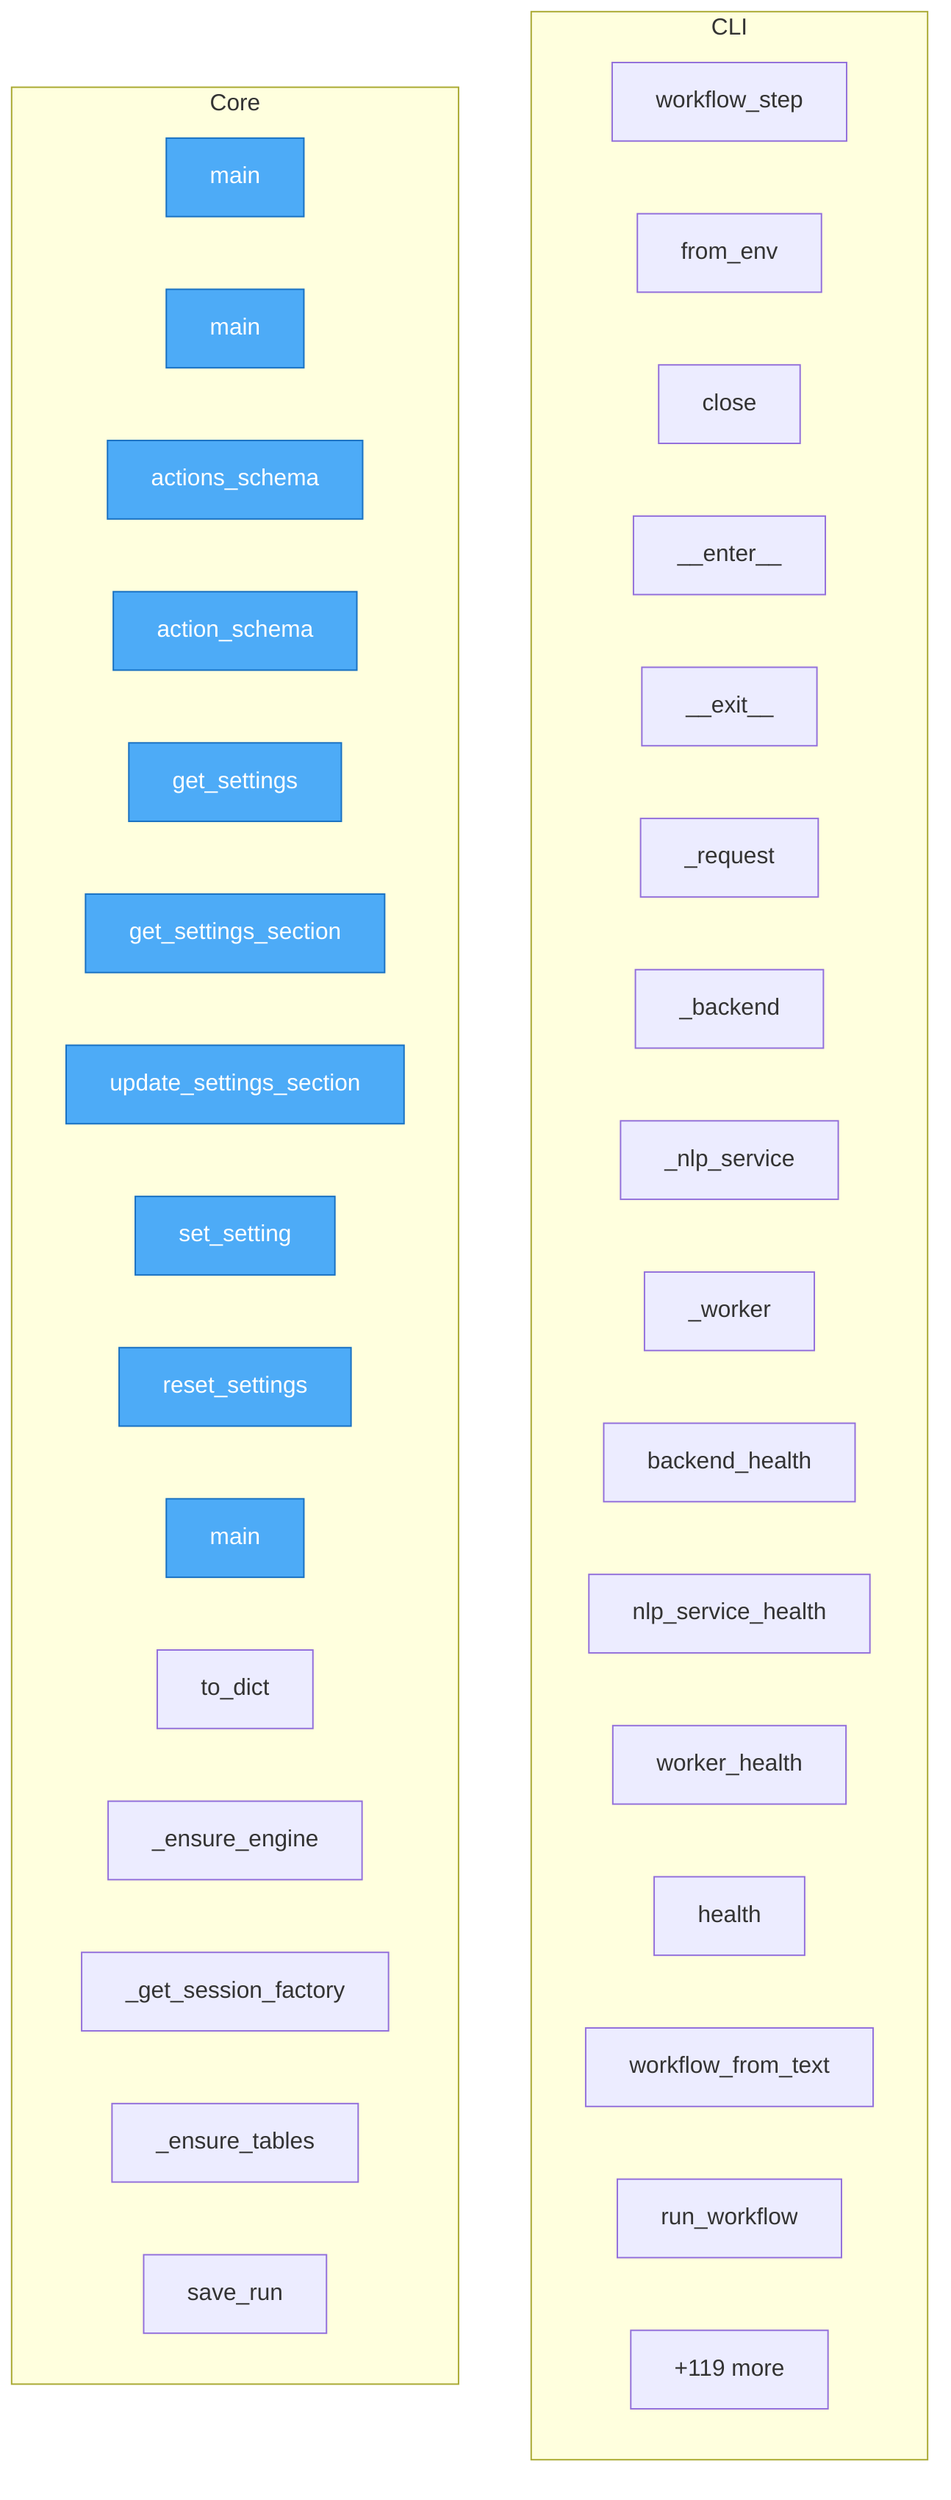
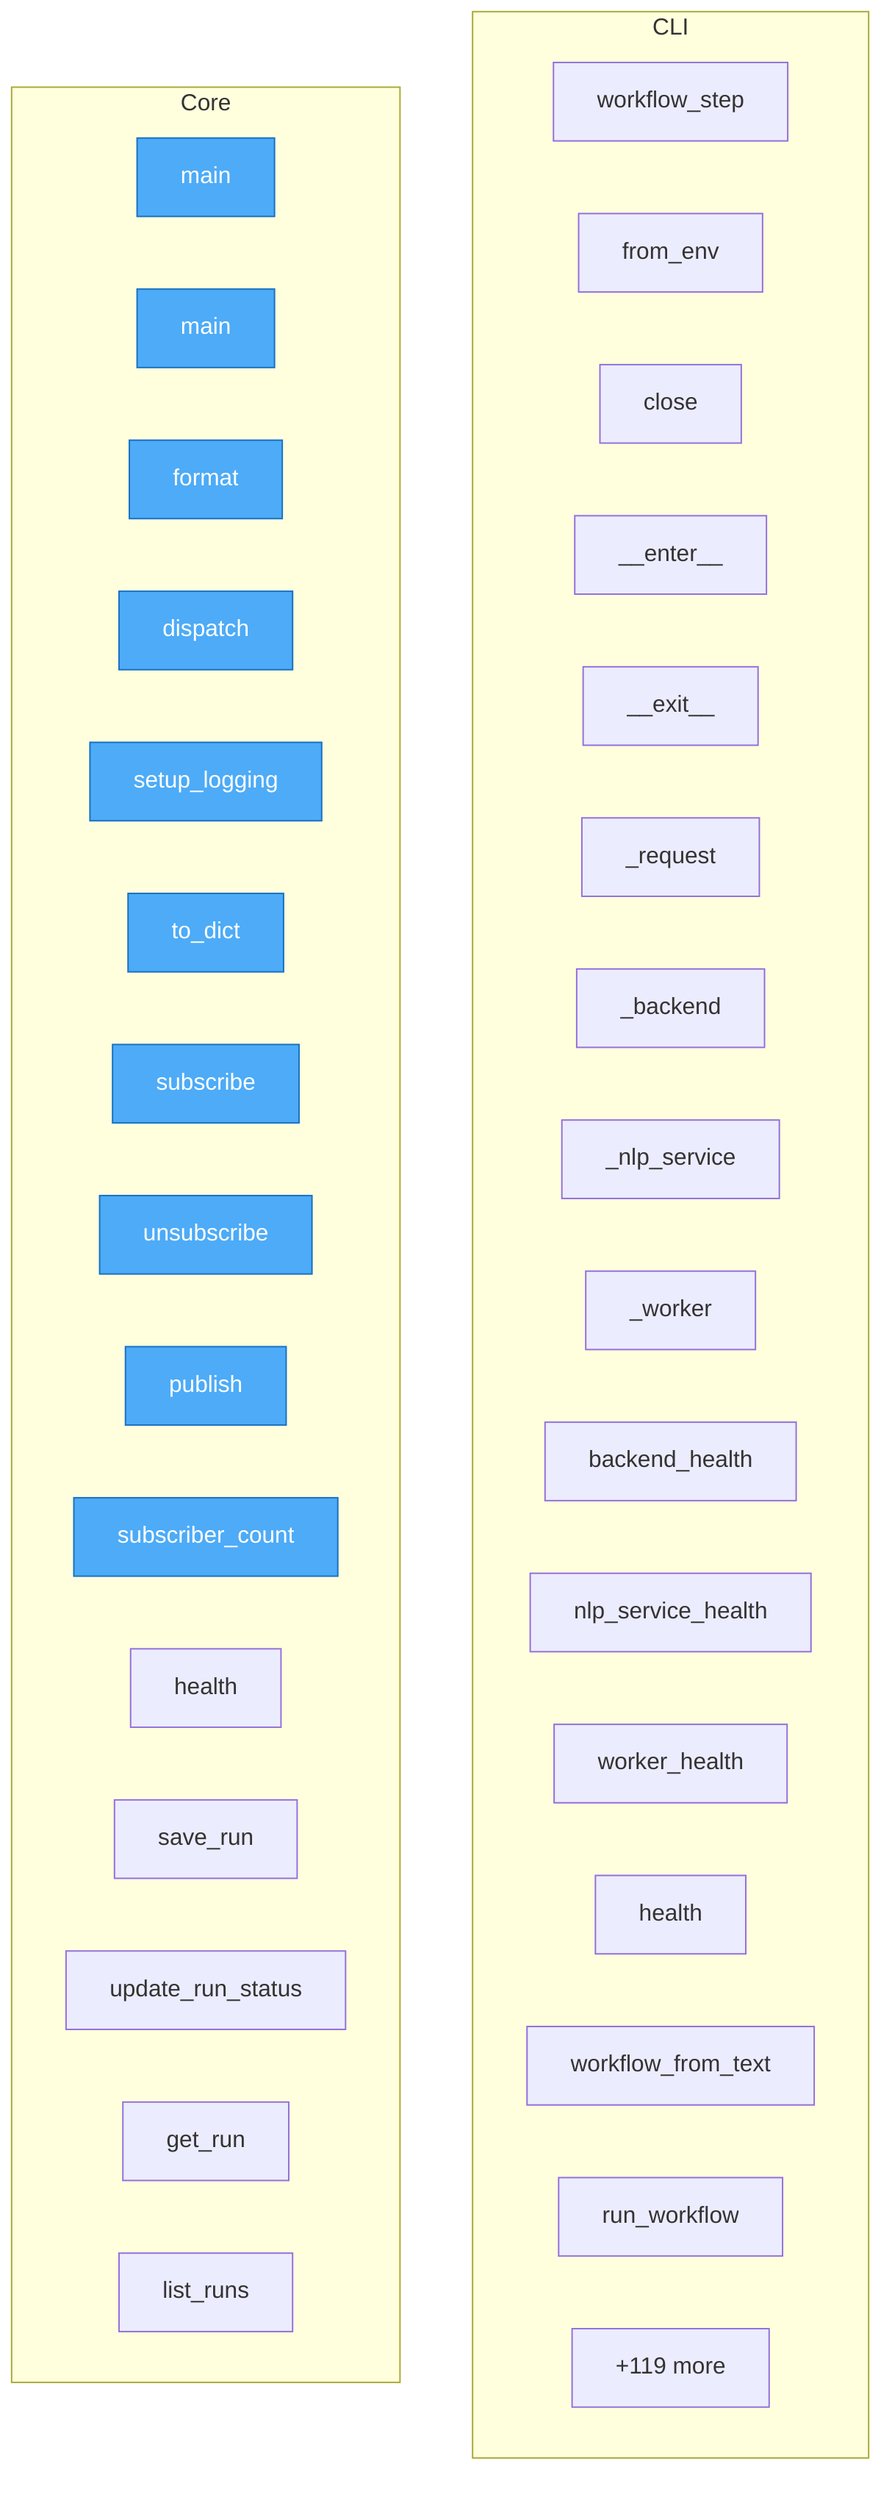
flowchart TD
%% generated in 0.01s

    %% Entry points (blue)
    classDef entry fill:#4dabf7,stroke:#1971c2,color:#fff

    subgraph CLI
        nlp2dsl_sdk__client__workflow_step["workflow_step"]
        nlp2dsl_sdk__client__NLP2DSLClient__from_env["from_env"]
        nlp2dsl_sdk__client__NLP2DSLClient__close["close"]
        nlp2dsl_sdk__client__NLP2DSLClient____enter__["__enter__"]
        nlp2dsl_sdk__client__NLP2DSLClient____exit__["__exit__"]
        nlp2dsl_sdk__client__NLP2DSLClient___request["_request"]
        nlp2dsl_sdk__client__NLP2DSLClient___backend["_backend"]
        nlp2dsl_sdk__client__NLP2DSLClient___nlp_service["_nlp_service"]
        nlp2dsl_sdk__client__NLP2DSLClient___worker["_worker"]
        nlp2dsl_sdk__client__NLP2DSLClient__backend_health["backend_health"]
        nlp2dsl_sdk__client__NLP2DSLClient__nlp_service_health["nlp_service_health"]
        nlp2dsl_sdk__client__NLP2DSLClient__worker_health["worker_health"]
        nlp2dsl_sdk__client__NLP2DSLClient__health["health"]
        nlp2dsl_sdk__client__NLP2DSLClient__workflow_from_text["workflow_from_text"]
        nlp2dsl_sdk__client__NLP2DSLClient__run_workflow["run_workflow"]
-         ...["+30 more"]
+         ...["+34 more"]
    end

    subgraph Core
        tauri_wrapper__src_tauri__build__main["main"]
        tauri_wrapper__src_tauri__src__main__main["main"]
-         backend__app__routers__settings__actions_schema["actions_schema"]
-         backend__app__routers__settings__action_schema["action_schema"]
-         backend__app__routers__settings__get_settings["get_settings"]
-         backend__app__routers__settings__get_settings_section["get_settings_section"]
-         backend__app__routers__settings__update_settings_section["update_settings_section"]
-         backend__app__routers__settings__set_setting["set_setting"]
-         backend__app__routers__settings__reset_settings["reset_settings"]
-         nlp2dsl_sdk____main____main["main"]
-         backend__app__db__postgres__WorkflowRunModel__to_dict["to_dict"]
-         backend__app__db__postgres__PostgresWorkflowRepo___ensure_engine["_ensure_engine"]
-         backend__app__db__postgres__PostgresWorkflowRepo___get_session_factory["_get_session_factory"]
-         backend__app__db__postgres__PostgresWorkflowRepo___ensure_tables["_ensure_tables"]
-         backend__app__db__postgres__PostgresWorkflowRepo__save_run["save_run"]
+         backend__app__logging_setup__JSONFormatter__format["format"]
+         backend__app__logging_setup__RequestIDMiddleware__dispatch["dispatch"]
+         backend__app__logging_setup__setup_logging["setup_logging"]
+         backend__app__workflow_events__WorkflowEvent__to_dict["to_dict"]
+         backend__app__workflow_events__WorkflowEventHub__subscribe["subscribe"]
+         backend__app__workflow_events__WorkflowEventHub__unsubscribe["unsubscribe"]
+         backend__app__workflow_events__WorkflowEventHub__publish["publish"]
+         backend__app__workflow_events__WorkflowEventHub__subscriber_count["subscriber_count"]
+         backend__app__main__health["health"]
+         backend__app__db__memory__MemoryWorkflowRepo__save_run["save_run"]
+         backend__app__db__memory__MemoryWorkflowRepo__update_run_status["update_run_status"]
+         backend__app__db__memory__MemoryWorkflowRepo__get_run["get_run"]
+         backend__app__db__memory__MemoryWorkflowRepo__list_runs["list_runs"]
        ...["+119 more"]
    end

-     class tauri_wrapper__src_tauri__build__main,tauri_wrapper__src_tauri__src__main__main,backend__app__routers__settings__actions_schema,backend__app__routers__settings__action_schema,backend__app__routers__settings__get_settings,backend__app__routers__settings__get_settings_section,backend__app__routers__settings__update_settings_section,backend__app__routers__settings__set_setting,backend__app__routers__settings__reset_settings,nlp2dsl_sdk____main____main entry
+     class tauri_wrapper__src_tauri__build__main,tauri_wrapper__src_tauri__src__main__main,backend__app__logging_setup__JSONFormatter__format,backend__app__logging_setup__RequestIDMiddleware__dispatch,backend__app__logging_setup__setup_logging,backend__app__workflow_events__WorkflowEvent__to_dict,backend__app__workflow_events__WorkflowEventHub__subscribe,backend__app__workflow_events__WorkflowEventHub__unsubscribe,backend__app__workflow_events__WorkflowEventHub__publish,backend__app__workflow_events__WorkflowEventHub__subscriber_count entry
